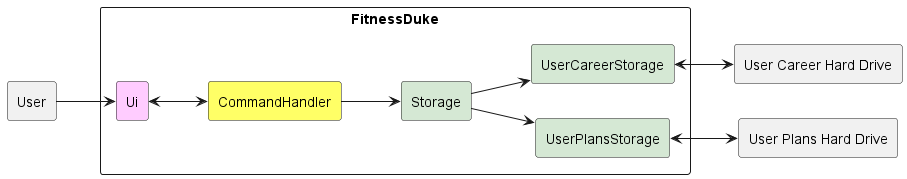
nus-cs2113-AY2223S2/tp keeps this PlantUML diagram as docs/UML/Images/architecture.png. Above is the earlier version.
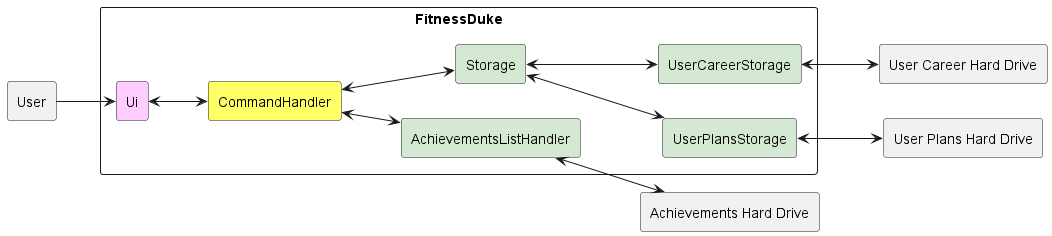
Later version of the same file.

Commit message:
improved architecture diagram for dg

The edit, as a diff of the source:
```diff
@@ -7,6 +7,7 @@
 component User
 component "User Career Hard Drive"
 component "User Plans Hard Drive"
+component "Achievements Hard Drive"
 
 component FitnessDuke{
 component Ui UI_COLOUR
@@ -14,13 +15,16 @@
 component UserCareerStorage STORAGE_COLOUR
 component UserPlansStorage STORAGE_COLOUR
 component Storage STORAGE_COLOUR
+component AchievementsListHandler STORAGE_COLOUR
 }
 
 [User] --> [Ui]
 [Ui] <--> [CommandHandler]
-[CommandHandler] --> [Storage]
-[Storage] --> [UserPlansStorage]
-[Storage] --> [UserCareerStorage]
+[CommandHandler] <--> [Storage]
+[CommandHandler] <--> [AchievementsListHandler]
+[AchievementsListHandler] <--> [Achievements Hard Drive]
+[Storage] <--> [UserPlansStorage]
+[Storage] <--> [UserCareerStorage]
 [UserCareerStorage] <--> [User Career Hard Drive]
 [UserPlansStorage] <--> [User Plans Hard Drive]
 
```
